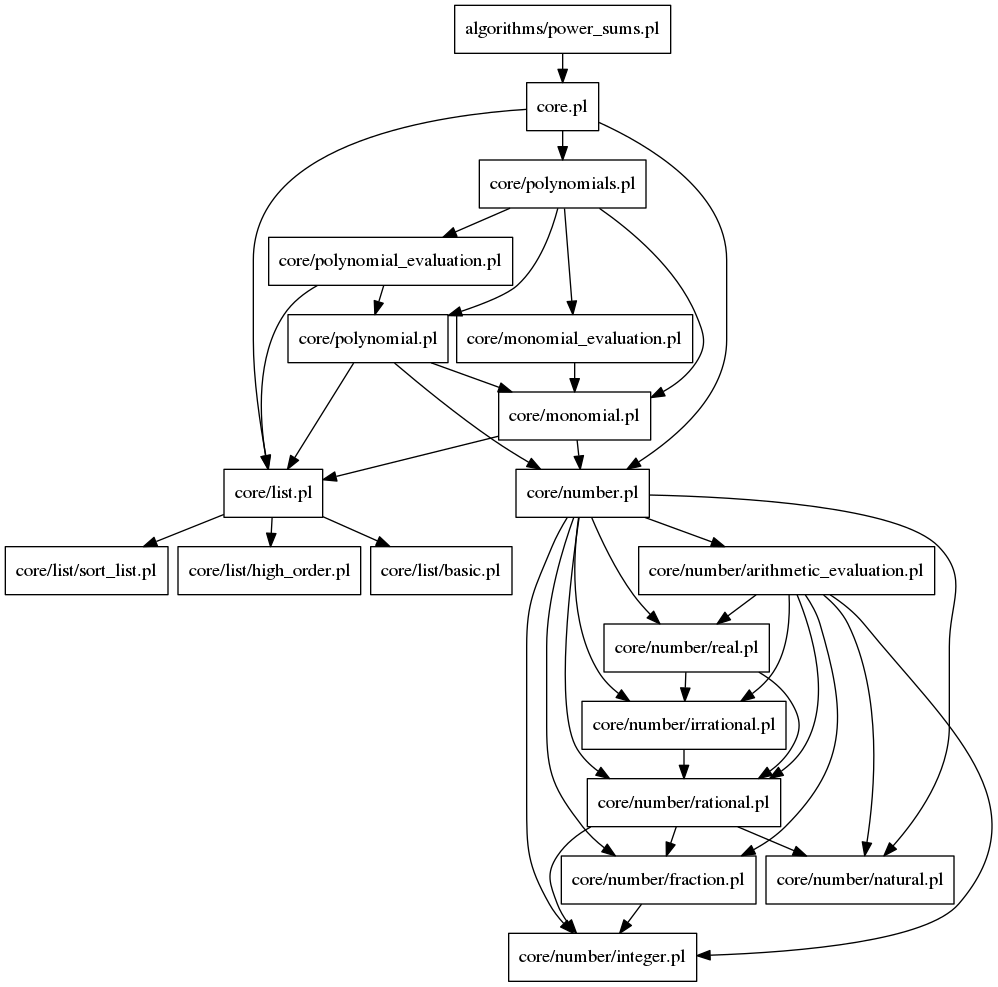
Earlier version of the Graphviz export docs/algorithms/power_sums.png (lluisalemanypuig/sycalc). Its source is kept beside it as docs/.cache/algorithms/power_sums.dot.
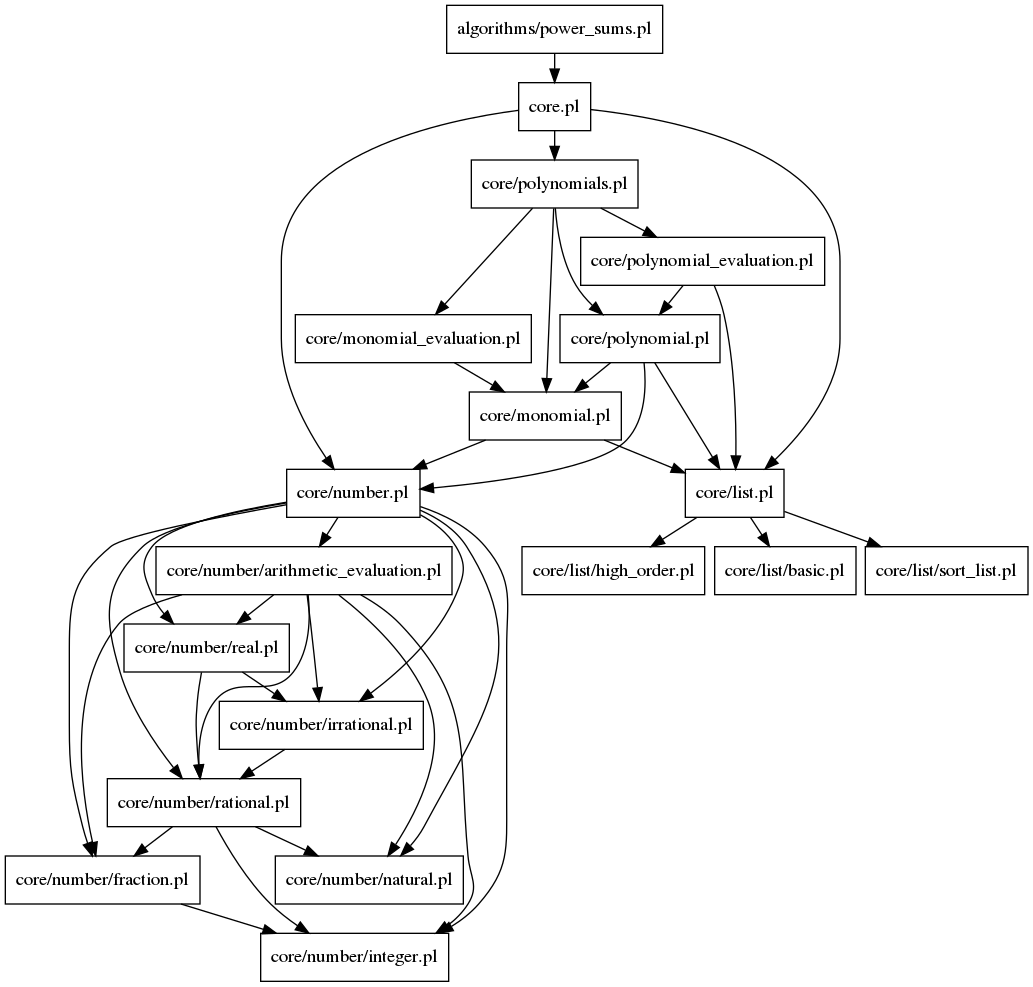
Later version of the same file.

The edit, as a diff of the source:
```diff
@@ -2,43 +2,43 @@
 node [shape=rectangle]
 nodesep = 0.1
 ranksep = 0.3
-"core/number/fraction.pl" -> "core/number/integer.pl"
+"algorithms/power_sums.pl" -> "core.pl"
+"core.pl" -> "core/number.pl"
+"core.pl" -> "core/list.pl"
+"core.pl" -> "core/polynomials.pl"
+"core/number.pl" -> "core/number/natural.pl"
+"core/number.pl" -> "core/number/rational.pl"
+"core/number.pl" -> "core/number/real.pl"
+"core/number.pl" -> "core/number/fraction.pl"
+"core/number.pl" -> "core/number/integer.pl"
+"core/number.pl" -> "core/number/irrational.pl"
+"core/number.pl" -> "core/number/arithmetic_evaluation.pl"
+"core/list.pl" -> "core/list/basic.pl"
+"core/list.pl" -> "core/list/sort_list.pl"
+"core/list.pl" -> "core/list/high_order.pl"
 "core/polynomials.pl" -> "core/polynomial_evaluation.pl"
-"core/polynomials.pl" -> "core/monomial.pl"
 "core/polynomials.pl" -> "core/polynomial.pl"
 "core/polynomials.pl" -> "core/monomial_evaluation.pl"
-"core/monomial_evaluation.pl" -> "core/monomial.pl"
-"algorithms/power_sums.pl" -> "core.pl"
+"core/polynomials.pl" -> "core/monomial.pl"
+"core/number/fraction.pl" -> "core/number/integer.pl"
+"core/number/rational.pl" -> "core/number/natural.pl"
+"core/number/rational.pl" -> "core/number/fraction.pl"
+"core/number/rational.pl" -> "core/number/integer.pl"
 "core/number/irrational.pl" -> "core/number/rational.pl"
+"core/number/real.pl" -> "core/number/rational.pl"
+"core/number/real.pl" -> "core/number/irrational.pl"
+"core/number/arithmetic_evaluation.pl" -> "core/number/natural.pl"
+"core/number/arithmetic_evaluation.pl" -> "core/number/rational.pl"
+"core/number/arithmetic_evaluation.pl" -> "core/number/real.pl"
+"core/number/arithmetic_evaluation.pl" -> "core/number/fraction.pl"
+"core/number/arithmetic_evaluation.pl" -> "core/number/integer.pl"
+"core/number/arithmetic_evaluation.pl" -> "core/number/irrational.pl"
 "core/monomial.pl" -> "core/number.pl"
 "core/monomial.pl" -> "core/list.pl"
+"core/monomial_evaluation.pl" -> "core/monomial.pl"
+"core/polynomial.pl" -> "core/number.pl"
+"core/polynomial.pl" -> "core/list.pl"
+"core/polynomial.pl" -> "core/monomial.pl"
 "core/polynomial_evaluation.pl" -> "core/list.pl"
 "core/polynomial_evaluation.pl" -> "core/polynomial.pl"
-"core.pl" -> "core/polynomials.pl"
-"core.pl" -> "core/number.pl"
-"core.pl" -> "core/list.pl"
-"core/number/arithmetic_evaluation.pl" -> "core/number/integer.pl"
-"core/number/arithmetic_evaluation.pl" -> "core/number/natural.pl"
-"core/number/arithmetic_evaluation.pl" -> "core/number/fraction.pl"
-"core/number/arithmetic_evaluation.pl" -> "core/number/irrational.pl"
-"core/number/arithmetic_evaluation.pl" -> "core/number/real.pl"
-"core/number/arithmetic_evaluation.pl" -> "core/number/rational.pl"
-"core/number.pl" -> "core/number/integer.pl"
-"core/number.pl" -> "core/number/natural.pl"
-"core/number.pl" -> "core/number/fraction.pl"
-"core/number.pl" -> "core/number/irrational.pl"
-"core/number.pl" -> "core/number/arithmetic_evaluation.pl"
-"core/number.pl" -> "core/number/real.pl"
-"core/number.pl" -> "core/number/rational.pl"
-"core/list.pl" -> "core/list/sort_list.pl"
-"core/list.pl" -> "core/list/high_order.pl"
-"core/list.pl" -> "core/list/basic.pl"
-"core/polynomial.pl" -> "core/monomial.pl"
-"core/polynomial.pl" -> "core/number.pl"
-"core/polynomial.pl" -> "core/list.pl"
-"core/number/real.pl" -> "core/number/irrational.pl"
-"core/number/real.pl" -> "core/number/rational.pl"
-"core/number/rational.pl" -> "core/number/integer.pl"
-"core/number/rational.pl" -> "core/number/natural.pl"
-"core/number/rational.pl" -> "core/number/fraction.pl"
 }
```
